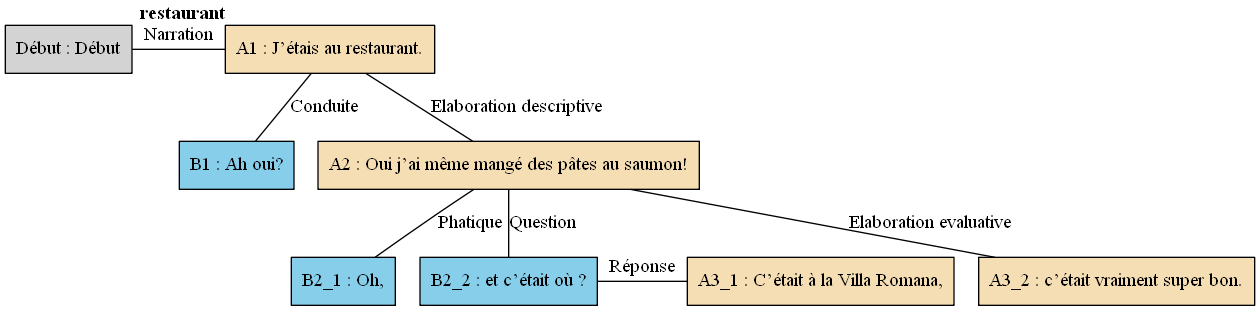
AlaixComet/AnnotationSlamPTut keeps this Graphviz diagram as arbres/Bac_a_sable/Bac_a_sable_-_A10.gv.png. Above is the earlier version. Its source is kept beside it as arbres/Bac_a_sable/Bac_a_sable_-_A10.gv.
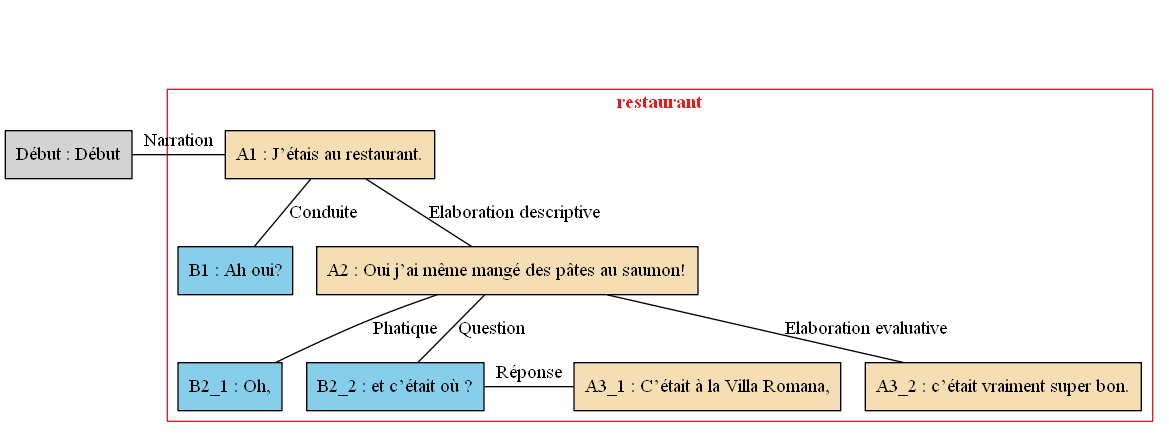
After the commit.

What changed in the source:
```diff
@@ -1,28 +1,36 @@
 digraph A10 {
 	node [shape=box style=filled]
-	"Début" [label="Début : Début" xlabel=""]
-	A1 [label="A1 : J’étais au restaurant." fillcolor=wheat xlabel=<<B>restaurant</B>>]
-	B1 [label="B1 : Ah oui?" fillcolor=skyblue xlabel=""]
-	A2 [label="A2 : Oui j’ai même mangé des pâtes au saumon!" fillcolor=wheat xlabel=""]
-	B2_1 [label="B2_1 : Oh," fillcolor=skyblue xlabel=""]
-	B2_2 [label="B2_2 : et c’était où ?" fillcolor=skyblue xlabel=""]
-	A3_1 [label="A3_1 : C’était à la Villa Romana," fillcolor=wheat xlabel=""]
-	A3_2 [label="A3_2 : c’était vraiment super bon." fillcolor=wheat xlabel=""]
-	{
-		rank=same
-		"Début"
+	newrank=true
+	zero [style=invis]
+	"Début" [label="Début : Début"]
+	A1 [label="A1 : J’étais au restaurant." fillcolor=wheat]
+	B1 [label="B1 : Ah oui?" fillcolor=skyblue]
+	A2 [label="A2 : Oui j’ai même mangé des pâtes au saumon!" fillcolor=wheat]
+	B2_1 [label="B2_1 : Oh," fillcolor=skyblue]
+	B2_2 [label="B2_2 : et c’était où ?" fillcolor=skyblue]
+	A3_1 [label="A3_1 : C’était à la Villa Romana," fillcolor=wheat]
+	A3_2 [label="A3_2 : c’était vraiment super bon." fillcolor=wheat]
+	zero -> "Début" [label="" style=invis]
+	zero -> A1 [style=invis weight=1]
+	"Début" -> A1 [label=Narration constraint=false dir=none]
+	A1 -> B1 [label=Conduite dir=none weight=2]
+	A1 -> A2 [label="Elaboration descriptive" dir=none weight=2]
+	A2 -> B2_1 [label=Phatique dir=none weight=2]
+	A2 -> B2_2 [label=Question dir=none weight=2]
+	A2 -> A3_1 [style=invis weight=1]
+	B2_2 -> A3_1 [label="Réponse" constraint=false dir=none]
+	A2 -> A3_2 [label="Elaboration evaluative" dir=none weight=2]
+	subgraph cluster_1 {
+		label=<<B>restaurant</B>>
+		colorscheme=set19
+		color=1
+		fontcolor=1
 		A1
-		"Début" -> A1 [label=Narration dir=none]
-	}
-	A1 -> B1 [label=Conduite dir=none]
-	A1 -> A2 [label="Elaboration descriptive" dir=none]
-	A2 -> B2_1 [label=Phatique dir=none]
-	A2 -> B2_2 [label=Question dir=none]
-	{
-		rank=same
+		B1
+		A2
+		B2_1
 		B2_2
 		A3_1
-		B2_2 -> A3_1 [label="Réponse" dir=none]
+		A3_2
 	}
-	A2 -> A3_2 [label="Elaboration evaluative" dir=none]
 }
```
